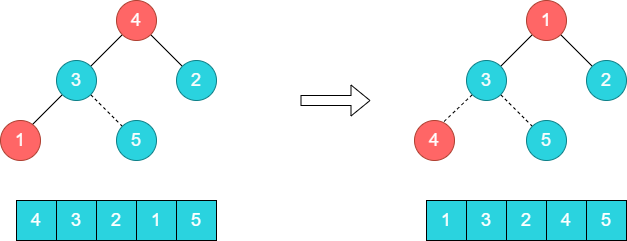
Earlier version of the draw.io export blog/datastructure_algorithm/heapsort-stable/heapsort-demo5.png (zgjsxx/static-img-repo). Source tidied: cells renumbered, new cells last; positions are measured from the earlier drawing's top-left corner, leaving out a move shared by most shapes.
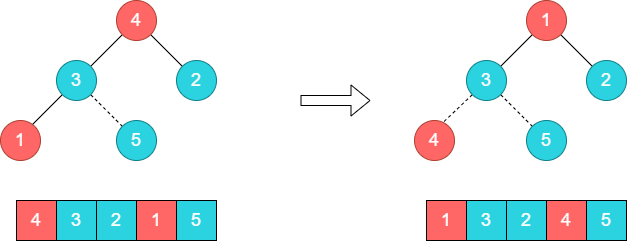
Above is the later version.

Diff of the diagram source:
```diff
@@ -31,7 +31,7 @@
         <mxPoint x="500.1" y="94.1" as="targetPoint" />
       </mxGeometry>
     </mxCell>
-    <mxCell id="7" value="&lt;font style=&quot;font-size: 18px&quot;&gt;1&lt;/font&gt;" style="rounded=0;whiteSpace=wrap;html=1;fillColor=#2AD3DF;fontColor=#FFFFFF;" parent="1" vertex="1">
+    <mxCell id="7" value="&lt;font style=&quot;font-size: 18px&quot;&gt;1&lt;/font&gt;" style="rounded=0;whiteSpace=wrap;html=1;fillColor=#FF6666;fontColor=#FFFFFF;" parent="1" vertex="1">
       <mxGeometry x="426" y="200" width="40" height="40" as="geometry" />
     </mxCell>
     <mxCell id="8" value="&lt;span style=&quot;font-size: 18px&quot;&gt;3&lt;/span&gt;" style="rounded=0;whiteSpace=wrap;html=1;fillColor=#2AD3DF;fontColor=#FFFFFF;" parent="1" vertex="1">
@@ -40,7 +40,7 @@
     <mxCell id="9" value="&lt;font style=&quot;font-size: 18px&quot;&gt;2&lt;/font&gt;" style="rounded=0;whiteSpace=wrap;html=1;fillColor=#2AD3DF;fontColor=#FFFFFF;" parent="1" vertex="1">
       <mxGeometry x="506" y="200" width="40" height="40" as="geometry" />
     </mxCell>
-    <mxCell id="10" value="&lt;font style=&quot;font-size: 18px&quot;&gt;4&lt;/font&gt;" style="rounded=0;whiteSpace=wrap;html=1;fillColor=#2AD3DF;fontColor=#FFFFFF;" parent="1" vertex="1">
+    <mxCell id="10" value="&lt;font style=&quot;font-size: 18px&quot;&gt;4&lt;/font&gt;" style="rounded=0;whiteSpace=wrap;html=1;fillColor=#FF6666;fontColor=#FFFFFF;" parent="1" vertex="1">
       <mxGeometry x="546" y="200" width="40" height="40" as="geometry" />
     </mxCell>
     <mxCell id="11" value="&lt;font style=&quot;font-size: 18px&quot;&gt;5&lt;/font&gt;" style="rounded=0;whiteSpace=wrap;html=1;fillColor=#2AD3DF;fontColor=#FFFFFF;" parent="1" vertex="1">
@@ -79,7 +79,7 @@
         <mxPoint x="90.1" y="94.1" as="targetPoint" />
       </mxGeometry>
     </mxCell>
-    <mxCell id="19" value="&lt;font style=&quot;font-size: 18px&quot;&gt;4&lt;/font&gt;" style="rounded=0;whiteSpace=wrap;html=1;fillColor=#2AD3DF;fontColor=#FFFFFF;" parent="1" vertex="1">
+    <mxCell id="19" value="&lt;font style=&quot;font-size: 18px&quot;&gt;4&lt;/font&gt;" style="rounded=0;whiteSpace=wrap;html=1;fillColor=#FF6666;fontColor=#FFFFFF;" parent="1" vertex="1">
       <mxGeometry x="16" y="200" width="40" height="40" as="geometry" />
     </mxCell>
     <mxCell id="20" value="&lt;span style=&quot;font-size: 18px&quot;&gt;3&lt;/span&gt;" style="rounded=0;whiteSpace=wrap;html=1;fillColor=#2AD3DF;fontColor=#FFFFFF;" parent="1" vertex="1">
@@ -88,7 +88,7 @@
     <mxCell id="21" value="&lt;font style=&quot;font-size: 18px&quot;&gt;2&lt;/font&gt;" style="rounded=0;whiteSpace=wrap;html=1;fillColor=#2AD3DF;fontColor=#FFFFFF;" parent="1" vertex="1">
       <mxGeometry x="96" y="200" width="40" height="40" as="geometry" />
     </mxCell>
-    <mxCell id="22" value="&lt;font style=&quot;font-size: 18px&quot;&gt;1&lt;/font&gt;" style="rounded=0;whiteSpace=wrap;html=1;fillColor=#2AD3DF;fontColor=#FFFFFF;" parent="1" vertex="1">
+    <mxCell id="22" value="&lt;font style=&quot;font-size: 18px&quot;&gt;1&lt;/font&gt;" style="rounded=0;whiteSpace=wrap;html=1;fillColor=#FF6666;fontColor=#FFFFFF;" parent="1" vertex="1">
       <mxGeometry x="136" y="200" width="40" height="40" as="geometry" />
     </mxCell>
     <mxCell id="23" value="&lt;font style=&quot;font-size: 18px&quot;&gt;5&lt;/font&gt;" style="rounded=0;whiteSpace=wrap;html=1;fillColor=#2AD3DF;fontColor=#FFFFFF;" parent="1" vertex="1">
```
